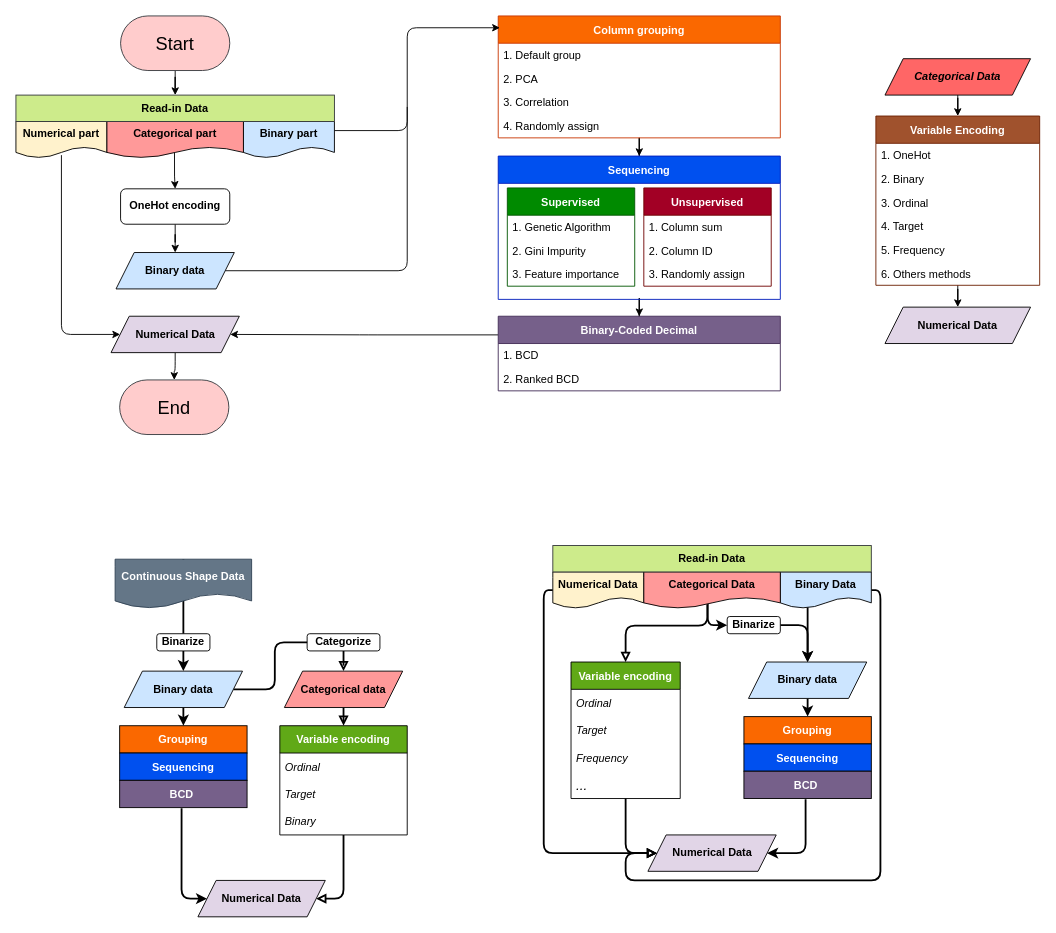
Earlier version of the draw.io diagram draw io/binary data encoding.drawio (R64825/NTUIIE-Research). Source tidied: cells renumbered, new cells numbered last; positions are measured from the earlier drawing's top-left corner, leaving out a move shared by most shapes. Both pictures are drawn from the tidied source at 91%, with x=0, y=0 at pixel (15, 15).
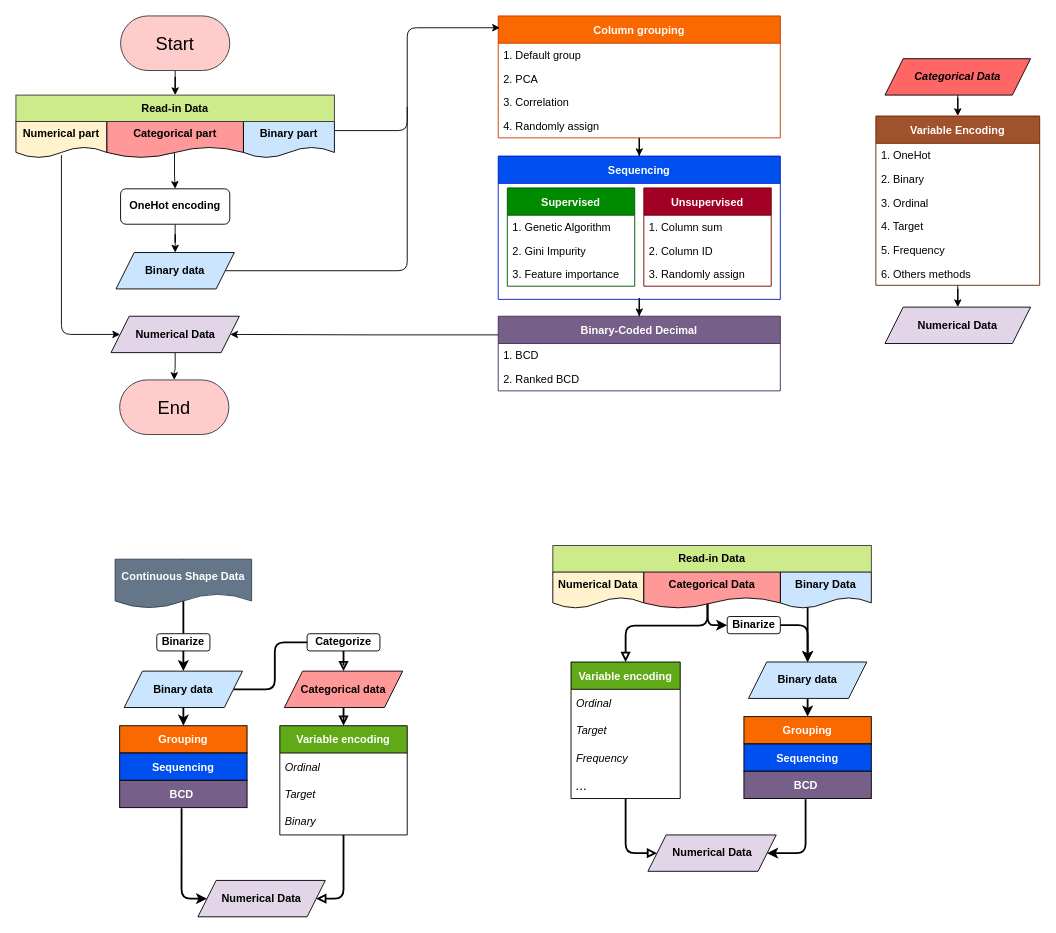
After the change.

The change refers to these unchanged cells:
```xml
<mxCell id="71" value="&lt;b&gt;Numerical Data&lt;/b&gt;" style="shape=document;whiteSpace=wrap;html=1;boundedLbl=1;fontFamily=Helvetica;fontSize=12;fontColor=default;align=center;strokeColor=#000000;fillColor=#fff2cc;" parent="1" vertex="1">
  <mxGeometry x="590" y="611" width="100" height="40" as="geometry" />
</mxCell>
<mxCell id="74" value="&lt;b&gt;Binary Data&lt;/b&gt;" style="shape=document;whiteSpace=wrap;html=1;boundedLbl=1;fontFamily=Helvetica;fontSize=12;fontColor=default;align=center;strokeColor=default;fillColor=#cce5ff;" parent="1" vertex="1">
  <mxGeometry x="840" y="611" width="100" height="40" as="geometry" />
</mxCell>
<mxCell id="83" value="&lt;span style=&quot;text-align: left;&quot;&gt;&lt;span style=&quot;font-style: normal;&quot;&gt;Numerical Data&lt;/span&gt;&lt;/span&gt;" style="shape=parallelogram;perimeter=parallelogramPerimeter;whiteSpace=wrap;html=1;fixedSize=1;fillColor=#e1d5e7;fontStyle=3;strokeColor=#000000;" parent="1" vertex="1">
  <mxGeometry x="694.5" y="900" width="141" height="40" as="geometry" />
</mxCell>
```

Diff of the diagram source:
```diff
@@
-    <mxCell id="70" style="edgeStyle=orthogonalEdgeStyle;jettySize=auto;html=1;entryX=0;entryY=0.5;entryDx=0;entryDy=0;exitX=0;exitY=0.5;exitDx=0;exitDy=0;endArrow=block;endFill=0;strokeColor=#000000;strokeWidth=2;sketch=0;shadow=0;rounded=1;startArrow=none;startFill=0;" parent="1" edge="1" source="71" target="83">
-      <mxGeometry relative="1" as="geometry">
-        <Array as="points">
-          <mxPoint x="580" y="631" />
-          <mxPoint x="580" y="920" />
-        </Array>
-      </mxGeometry>
-    </mxCell>
@@
-    <mxCell id="73" style="edgeStyle=orthogonalEdgeStyle;jettySize=auto;html=1;labelBorderColor=default;fontSize=15;fontColor=#000000;entryX=0;entryY=0.5;entryDx=0;entryDy=0;strokeColor=#000000;strokeWidth=2;sketch=0;shadow=0;rounded=1;startArrow=none;startFill=0;endArrow=block;endFill=0;" parent="1" edge="1" source="74" target="83">
-      <mxGeometry relative="1" as="geometry">
-        <Array as="points">
-          <mxPoint x="950" y="631" />
-          <mxPoint x="950" y="950" />
-          <mxPoint x="670" y="950" />
-          <mxPoint x="670" y="920" />
-        </Array>
-      </mxGeometry>
-    </mxCell>
```
